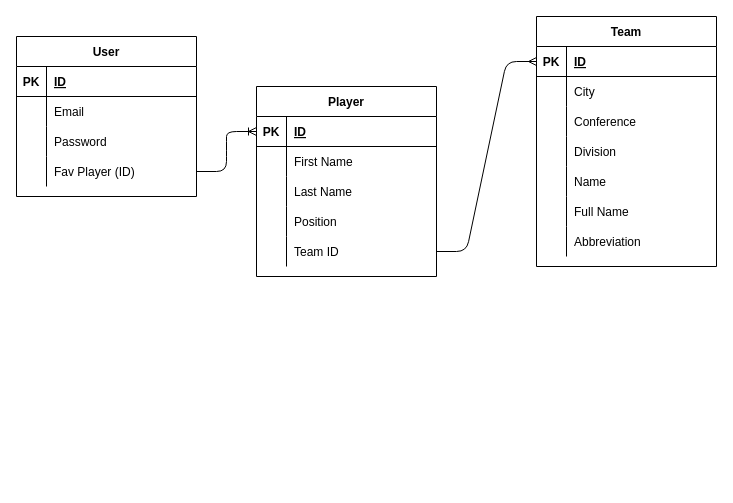
Before: ERD.drawio in devin-lynch/proj-2-nba-app, a draw.io diagram. Source tidied: cells renumbered, new cells numbered last; positions are measured from the earlier drawing's top-left corner, leaving out a move shared by most shapes. Both pictures are drawn from the tidied source at 100%, with x=0, y=0 at pixel (16, 16).
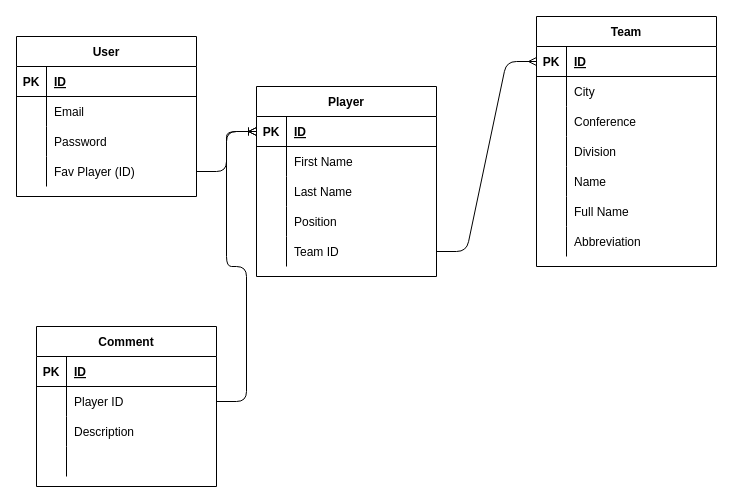
Above is the later version.

Unchanged cells that the change refers to:
```xml
<mxCell id="3" style="shape=partialRectangle;fillColor=none;top=0;left=0;bottom=1;right=0;points=[[0,0.5],[1,0.5]];portConstraint=eastwest;" parent="2" vertex="1">
  <mxGeometry y="30" width="180" height="30" as="geometry" />
</mxCell>
```

Diff of the diagram source:
```diff
@@
+    <mxCell id="55" value="Comment" style="shape=table;startSize=30;childLayout=tableLayout;rowLines=0;fontStyle=1;align=center;swimlaneFillColor=default;" parent="1" vertex="1">
+      <mxGeometry x="20" y="310" width="180" height="160" as="geometry" />
+    </mxCell>
+    <mxCell id="56" style="shape=partialRectangle;fillColor=none;top=0;left=0;bottom=1;right=0;" parent="55" vertex="1">
+      <mxGeometry y="30" width="180" height="30" as="geometry" />
+    </mxCell>
+    <mxCell id="57" value="PK" style="shape=partialRectangle;fillColor=none;top=0;left=0;bottom=0;right=0;fontStyle=1;overflow=hidden;" parent="56" vertex="1">
+      <mxGeometry width="30" height="30" as="geometry" />
+    </mxCell>
+    <mxCell id="58" value="ID" style="shape=partialRectangle;fillColor=none;top=0;left=0;bottom=0;right=0;align=left;spacingLeft=6;fontStyle=5;overflow=hidden;" parent="56" vertex="1">
+      <mxGeometry x="30" width="150" height="30" as="geometry" />
+    </mxCell>
+    <mxCell id="59" style="shape=partialRectangle;fillColor=none;top=0;left=0;bottom=0;right=0;points=[[0,0.5],[1,0.5]];portConstraint=eastwest;" parent="55" vertex="1">
+      <mxGeometry y="60" width="180" height="30" as="geometry" />
+    </mxCell>
+    <mxCell id="60" style="shape=partialRectangle;fillColor=none;top=0;left=0;bottom=0;right=0;overflow=hidden;" parent="59" vertex="1">
+      <mxGeometry width="30" height="30" as="geometry" />
+    </mxCell>
+    <mxCell id="61" value="Player ID" style="shape=partialRectangle;fillColor=none;top=0;left=0;bottom=0;right=0;align=left;spacingLeft=6;overflow=hidden;" parent="59" vertex="1">
+      <mxGeometry x="30" width="150" height="30" as="geometry" />
+    </mxCell>
+    <mxCell id="62" style="shape=partialRectangle;fillColor=none;top=0;left=0;bottom=0;right=0;" parent="55" vertex="1">
+      <mxGeometry y="90" width="180" height="30" as="geometry" />
+    </mxCell>
+    <mxCell id="63" style="shape=partialRectangle;fillColor=none;top=0;left=0;bottom=0;right=0;overflow=hidden;" parent="62" vertex="1">
+      <mxGeometry width="30" height="30" as="geometry" />
+    </mxCell>
+    <mxCell id="64" value="Description" style="shape=partialRectangle;fillColor=none;top=0;left=0;bottom=0;right=0;align=left;spacingLeft=6;overflow=hidden;" parent="62" vertex="1">
+      <mxGeometry x="30" width="150" height="30" as="geometry" />
+    </mxCell>
+    <mxCell id="65" style="shape=partialRectangle;fillColor=none;top=0;left=0;bottom=0;right=0;" parent="55" vertex="1">
+      <mxGeometry y="120" width="180" height="30" as="geometry" />
+    </mxCell>
+    <mxCell id="66" style="shape=partialRectangle;fillColor=none;top=0;left=0;bottom=0;right=0;overflow=hidden;" parent="65" vertex="1">
+      <mxGeometry width="30" height="30" as="geometry" />
+    </mxCell>
+    <mxCell id="67" style="shape=partialRectangle;fillColor=none;top=0;left=0;bottom=0;right=0;align=left;spacingLeft=6;overflow=hidden;" parent="65" vertex="1">
+      <mxGeometry x="30" width="150" height="30" as="geometry" />
+    </mxCell>
+    <mxCell id="68" style="edgeStyle=entityRelationEdgeStyle;fontSize=12;html=1;endArrow=ERoneToMany;exitX=1;exitY=0.5;exitDx=0;exitDy=0;entryX=0;entryY=0.5;entryDx=0;entryDy=0;" parent="1" edge="1" source="59" target="3">
+      <mxGeometry relative="1" as="geometry" />
+    </mxCell>
```
